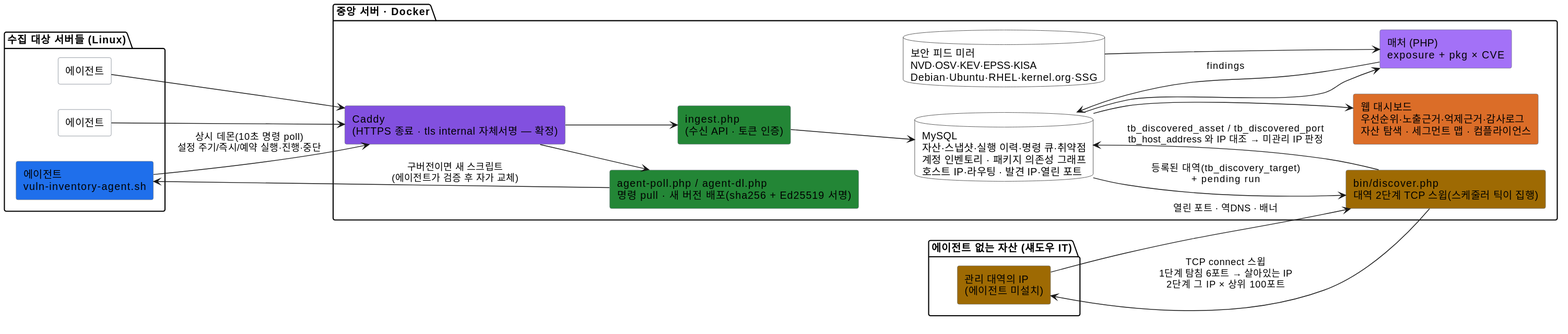
Before: docs/specs/diagrams/시스템개요.svg, a diagram exported from PlantUML (JeongDoWook/vuln-agent).
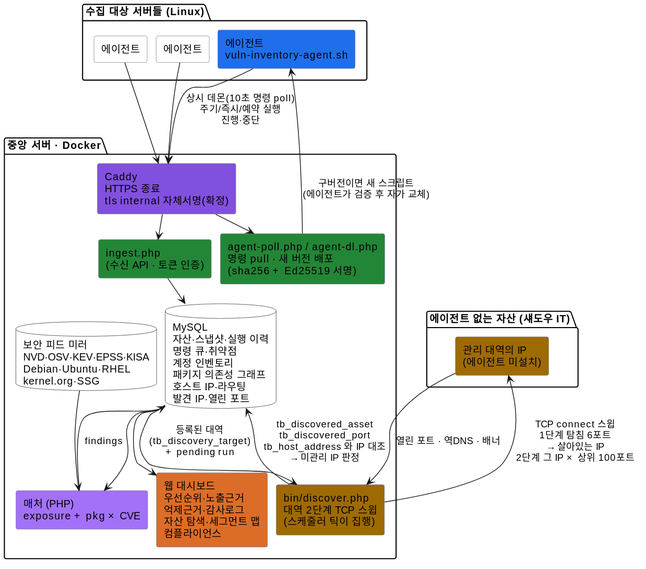
After the change.

What changed in the source:
```diff
@@ -1,6 +1,9 @@
 @startuml
 
-left to right direction
+top to bottom direction
+skinparam wrapWidth 250
+skinparam nodesep 12
+skinparam ranksep 26
 skinparam rectangle {
     BackgroundColor #ffffff
     BorderColor #6e7681
@@ -19,17 +22,17 @@
 }
 
 package "중앙 서버 · Docker" as Central {
-    rectangle "Caddy\n(HTTPS 종료 · tls internal 자체서명 — 확정)" as CADDY #8250df
+    rectangle "Caddy\nHTTPS 종료\ntls internal 자체서명(확정)" as CADDY #8250df
     rectangle "ingest.php\n(수신 API · 토큰 인증)" as ING #238636
-    rectangle "agent-poll.php / agent-dl.php\n명령 pull · 새 버전 배포(sha256 + Ed25519 서명)" as POLL #238636
-    database "MySQL\n자산·스냅샷·실행 이력·명령 큐·취약점\n계정 인벤토리 · 패키지 의존성 그래프\n호스트 IP·라우팅 · 발견 IP·열린 포트" as DB
+    rectangle "agent-poll.php / agent-dl.php\n명령 pull · 새 버전 배포\n(sha256 + Ed25519 서명)" as POLL #238636
+    database "MySQL\n자산·스냅샷·실행 이력\n명령 큐·취약점\n계정 인벤토리\n패키지 의존성 그래프\n호스트 IP·라우팅\n발견 IP·열린 포트" as DB
     rectangle "매처 (PHP)\nexposure + pkg × CVE" as MAT #a371f7
-    rectangle "bin/discover.php\n대역 2단계 TCP 스윕(스케줄러 틱이 집행)" as DISC #9e6a03
-    database "보안 피드 미러\nNVD·OSV·KEV·EPSS·KISA\nDebian·Ubuntu·RHEL·kernel.org·SSG" as CVE
-    rectangle "웹 대시보드\n우선순위·노출근거·억제근거·감사로그\n자산 탐색 · 세그먼트 맵 · 컴플라이언스" as WEB #db6d28
+    rectangle "bin/discover.php\n대역 2단계 TCP 스윕\n(스케줄러 틱이 집행)" as DISC #9e6a03
+    database "보안 피드 미러\nNVD·OSV·KEV·EPSS·KISA\nDebian·Ubuntu·RHEL\nkernel.org·SSG" as CVE
+    rectangle "웹 대시보드\n우선순위·노출근거\n억제근거·감사로그\n자산 탐색·세그먼트 맵\n컴플라이언스" as WEB #db6d28
 }
 
-A1 --> CADDY : 상시 데몬(10초 명령 poll)\n설정 주기/즉시/예약 실행·진행·중단
+A1 --> CADDY : 상시 데몬(10초 명령 poll)\n주기/즉시/예약 실행\n진행·중단
 A2 --> CADDY
 A3 --> CADDY
 CADDY --> ING
@@ -41,8 +44,8 @@
 MAT --> DB : findings
 DB --> WEB
 
-DB --> DISC : 등록된 대역(tb_discovery_target)\n+ pending run
-DISC --> SHOST : TCP connect 스윕\n1단계 탐침 6포트 → 살아있는 IP\n2단계 그 IP × 상위 100포트
+DB --> DISC : 등록된 대역\n(tb_discovery_target)\n+ pending run
+DISC --> SHOST : TCP connect 스윕\n1단계 탐침 6포트\n→ 살아있는 IP\n2단계 그 IP × 상위 100포트
 SHOST --> DISC : 열린 포트 · 역DNS · 배너
-DISC --> DB : tb_discovered_asset / tb_discovered_port\ntb_host_address 와 IP 대조 → 미관리 IP 판정
+DISC --> DB : tb_discovered_asset\ntb_discovered_port\ntb_host_address 와 IP 대조\n→ 미관리 IP 판정
 @enduml
```
